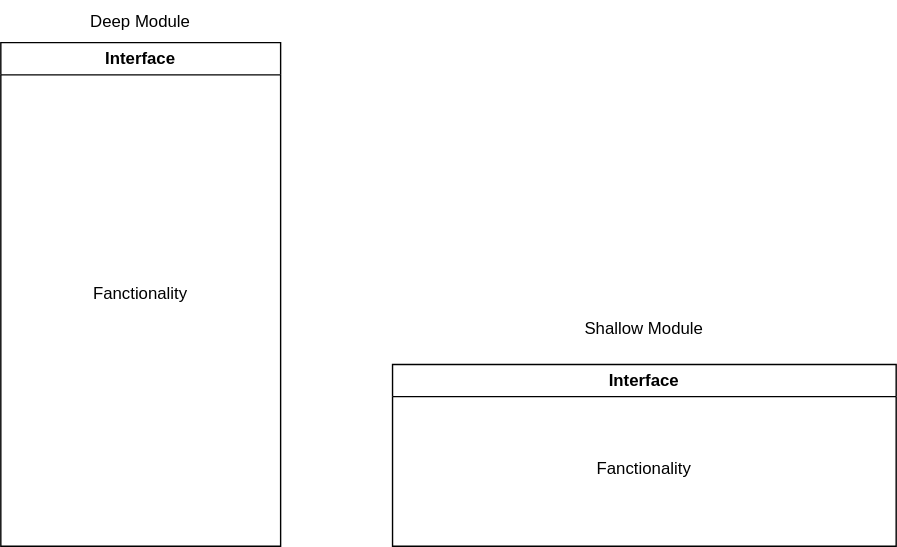
The draw.io diagram docs/assets/Software_Development/deep-module-vs-shallow-module.drawio.svg in e5pe0n/e5pe0n.github.io, before a commit. Source tidied: cells renumbered, new cells last; positions are measured from the earlier drawing's top-left corner, leaving out a move shared by most shapes.
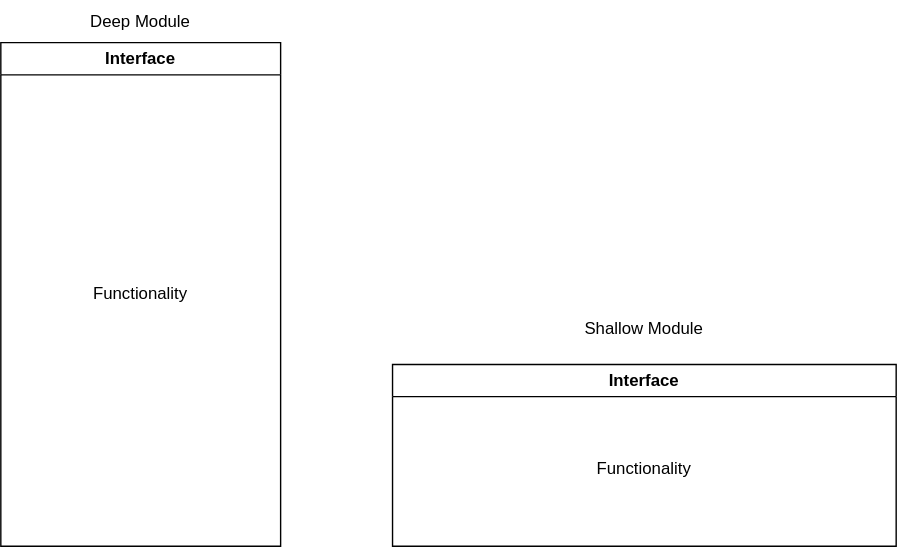
After the commit.

Change to the diagram source:
```diff
@@ -5,13 +5,13 @@
     <mxCell id="2" value="Interface" style="swimlane;whiteSpace=wrap;html=1;" parent="1" vertex="1">
       <mxGeometry y="30" width="200" height="360" as="geometry" />
     </mxCell>
-    <mxCell id="3" value="Fanctionality" style="text;html=1;strokeColor=none;fillColor=none;align=center;verticalAlign=middle;whiteSpace=wrap;rounded=0;" parent="2" vertex="1">
+    <mxCell id="3" value="Functionality" style="text;html=1;strokeColor=none;fillColor=none;align=center;verticalAlign=middle;whiteSpace=wrap;rounded=0;" parent="2" vertex="1">
       <mxGeometry x="70" y="165" width="60" height="30" as="geometry" />
     </mxCell>
     <mxCell id="4" value="Interface" style="swimlane;whiteSpace=wrap;html=1;" parent="1" vertex="1">
       <mxGeometry x="280" y="260" width="360" height="130" as="geometry" />
     </mxCell>
-    <mxCell id="5" value="Fanctionality" style="text;html=1;strokeColor=none;fillColor=none;align=center;verticalAlign=middle;whiteSpace=wrap;rounded=0;" parent="4" vertex="1">
+    <mxCell id="5" value="Functionality" style="text;html=1;strokeColor=none;fillColor=none;align=center;verticalAlign=middle;whiteSpace=wrap;rounded=0;" parent="4" vertex="1">
       <mxGeometry x="150" y="60" width="60" height="30" as="geometry" />
     </mxCell>
     <mxCell id="6" value="Deep Module" style="text;html=1;strokeColor=none;fillColor=none;align=center;verticalAlign=middle;whiteSpace=wrap;rounded=0;" parent="1" vertex="1">
```
